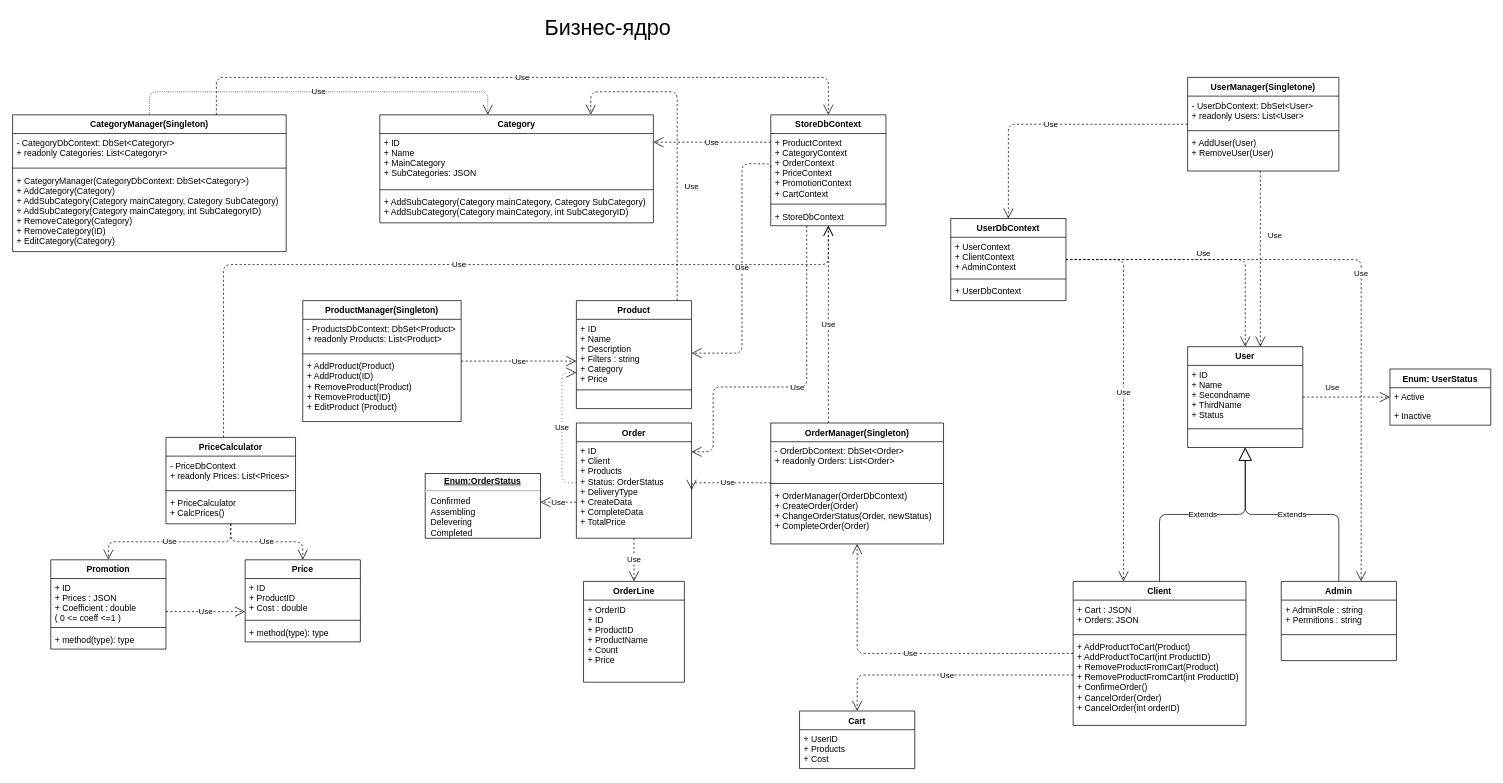
Above: UML Diagram.drawio in ArtemGB/AlpakaStore (draw.io), before the change. Source tidied: cells renumbered, new cells numbered last; positions are measured from the earlier drawing's top-left corner, leaving out a move shared by most shapes. Both pictures are drawn from the tidied source at 72%, with x=0, y=0 at pixel (12, 12).
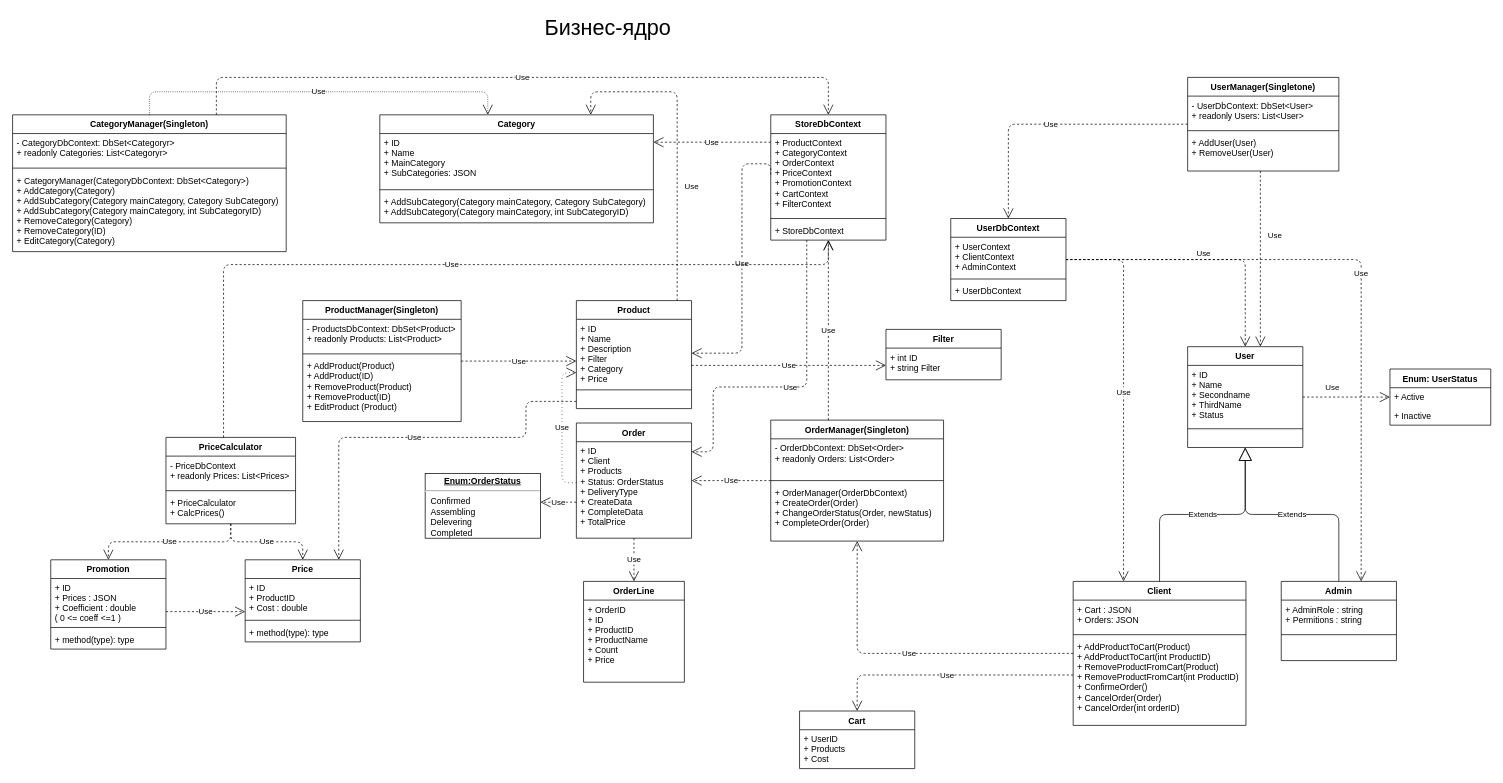
Above is the later version.

The change refers to these unchanged cells:
```xml
<mxCell id="5" value="Product" style="swimlane;fontStyle=1;align=center;verticalAlign=top;horizontal=1;startSize=26;" parent="1" vertex="1">
  <mxGeometry x="783" y="400" width="160" height="150" as="geometry" />
</mxCell>
<mxCell id="31" value="Order" style="swimlane;fontStyle=1;align=center;verticalAlign=top;horizontal=1;startSize=26;" parent="1" vertex="1">
  <mxGeometry x="783" y="570" width="160" height="160" as="geometry" />
</mxCell>
<mxCell id="32" value="+ ID&#10;+ Client&#10;+ Products&#10;+ Status: OrderStatus&#10;+ DeliveryType&#10;+ CreateData&#10;+ CompleteData&#10;+ TotalPrice" style="text;strokeColor=none;fillColor=none;align=left;verticalAlign=top;spacingLeft=4;spacingRight=4;overflow=hidden;points=[[0,0.5],[1,0.5]];portConstraint=eastwest;" parent="31" vertex="1">
  <mxGeometry y="26" width="160" height="134" as="geometry" />
</mxCell>
<mxCell id="58" value="Price" style="swimlane;fontStyle=1;align=center;verticalAlign=top;horizontal=1;startSize=26;" parent="1" vertex="1">
  <mxGeometry x="323" y="760" width="160" height="114" as="geometry" />
</mxCell>
```

Diff of the diagram source:
```diff
@@
-    <mxCell id="6" value="+ ID&#10;+ Name&#10;+ Description&#10;+ Filters : string&#10;+ Category&#10;+ Price" style="text;strokeColor=none;fillColor=none;align=left;verticalAlign=top;spacingLeft=4;spacingRight=4;overflow=hidden;" parent="5" vertex="1">
+    <mxCell id="6" value="+ ID&#10;+ Name&#10;+ Description&#10;+ Filter&#10;+ Category&#10;+ Price" style="text;strokeColor=none;fillColor=none;align=left;verticalAlign=top;spacingLeft=4;spacingRight=4;overflow=hidden;" parent="5" vertex="1">
       <mxGeometry y="26" width="160" height="94" as="geometry" />
     </mxCell>
@@
     <mxCell id="13" value="StoreDbContext" style="swimlane;fontStyle=1;align=center;verticalAlign=top;horizontal=1;startSize=26;" parent="1" vertex="1">
-      <mxGeometry x="1053" y="142" width="160" height="154" as="geometry" />
+      <mxGeometry x="1053" y="142" width="160" height="174" as="geometry" />
     </mxCell>
-    <mxCell id="14" value="+ ProductContext&#10;+ CategoryContext&#10;+ OrderContext&#10;+ PriceContext&#10;+ PromotionContext&#10;+ CartContext" style="text;strokeColor=none;fillColor=none;align=left;verticalAlign=top;spacingLeft=4;spacingRight=4;overflow=hidden;points=[[0,0.5],[1,0.5]];portConstraint=eastwest;" parent="13" vertex="1">
-      <mxGeometry y="26" width="160" height="94" as="geometry" />
+    <mxCell id="14" value="+ ProductContext&#10;+ CategoryContext&#10;+ OrderContext&#10;+ PriceContext&#10;+ PromotionContext&#10;+ CartContext&#10;+ FilterContext" style="text;strokeColor=none;fillColor=none;align=left;verticalAlign=top;spacingLeft=4;spacingRight=4;overflow=hidden;points=[[0,0.5],[1,0.5]];portConstraint=eastwest;" parent="13" vertex="1">
+      <mxGeometry y="26" width="160" height="114" as="geometry" />
     </mxCell>
     <mxCell id="15" style="line;strokeWidth=1;fillColor=none;align=left;verticalAlign=middle;spacingTop=-1;spacingLeft=3;spacingRight=3;labelPosition=right;" parent="13" vertex="1">
-      <mxGeometry y="120" width="160" height="8" as="geometry" />
+      <mxGeometry y="140" width="160" height="8" as="geometry" />
     </mxCell>
     <mxCell id="16" value="+ StoreDbContext" style="text;strokeColor=none;fillColor=none;align=left;verticalAlign=top;spacingLeft=4;spacingRight=4;overflow=hidden;" parent="13" vertex="1">
-      <mxGeometry y="128" width="160" height="26" as="geometry" />
+      <mxGeometry y="148" width="160" height="26" as="geometry" />
     </mxCell>
@@
     <mxCell id="34" value="OrderManager(Singleton)" style="swimlane;fontStyle=1;align=center;verticalAlign=top;horizontal=1;startSize=26;" parent="1" vertex="1">
-      <mxGeometry x="1053" y="570" width="240" height="168" as="geometry" />
+      <mxGeometry x="1053" y="566" width="240" height="168" as="geometry" />
     </mxCell>
@@
-    <mxCell id="41" value="Use" style="endArrow=open;endSize=12;dashed=1;html=1;entryX=1;entryY=0.5;entryDx=0;entryDy=0;edgeStyle=orthogonalEdgeStyle;" parent="1" edge="1" source="34" target="32">
-      <mxGeometry relative="1" as="geometry">
-        <Array as="points">
-          <mxPoint x="1023" y="653" />
-          <mxPoint x="1023" y="653" />
-        </Array>
-      </mxGeometry>
-    </mxCell>
@@
+    <mxCell id="95" value="Filter" style="swimlane;fontStyle=1;align=center;verticalAlign=top;horizontal=1;startSize=26;" parent="1" vertex="1">
+      <mxGeometry x="1213" y="440" width="160" height="70" as="geometry" />
+    </mxCell>
+    <mxCell id="96" value="+ int ID&#10;+ string Filter" style="text;strokeColor=none;fillColor=none;align=left;verticalAlign=top;spacingLeft=4;spacingRight=4;overflow=hidden;" parent="95" vertex="1">
+      <mxGeometry y="26" width="160" height="44" as="geometry" />
+    </mxCell>
+    <mxCell id="97" value="Use" style="endArrow=open;endSize=12;dashed=1;html=1;edgeStyle=orthogonalEdgeStyle;" parent="1" edge="1" source="5" target="95">
+      <mxGeometry relative="1" as="geometry">
+        <Array as="points">
+          <mxPoint x="1073" y="490" />
+          <mxPoint x="1073" y="490" />
+        </Array>
+      </mxGeometry>
+    </mxCell>
+    <mxCell id="98" value="Use" style="endArrow=open;endSize=12;dashed=1;html=1;edgeStyle=orthogonalEdgeStyle;" parent="1" edge="1" source="34" target="31">
+      <mxGeometry relative="1" as="geometry" />
+    </mxCell>
+    <mxCell id="99" value="Use" style="endArrow=open;endSize=12;dashed=1;html=1;edgeStyle=orthogonalEdgeStyle;" parent="1" edge="1" source="5" target="58">
+      <mxGeometry relative="1" as="geometry">
+        <Array as="points">
+          <mxPoint x="713" y="540" />
+          <mxPoint x="713" y="590" />
+          <mxPoint x="453" y="590" />
+        </Array>
+      </mxGeometry>
+    </mxCell>
```
